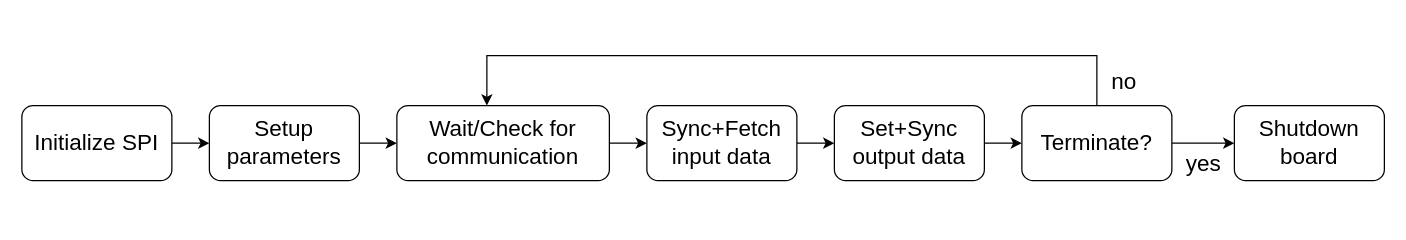
The draw.io diagram docs/comm_module_steps.drawio in simaoamorim/master-thesis, before the edit. Source tidied: cells renumbered, new cells numbered last; positions are measured from the earlier drawing's top-left corner, leaving out a move shared by most shapes. Both pictures are drawn from the tidied source at 125%, with x=0, y=0 at pixel (21, 55).
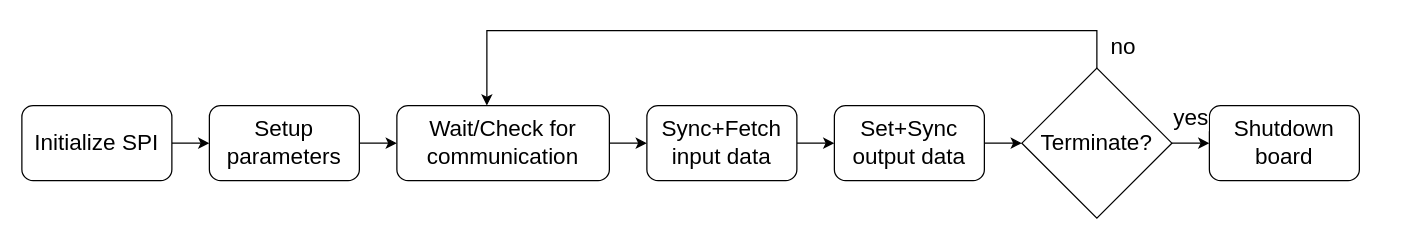
The same diagram, later.

Commit message (it also covers changes not shown here):
Fix comm module flowchart

The change refers to these unchanged cells:
```xml
<mxCell id="7" value="&lt;div&gt;Wait/Check for communication&lt;br&gt;&lt;/div&gt;" style="rounded=1;whiteSpace=wrap;html=1;fontSize=18;" parent="1" vertex="1">
  <mxGeometry x="300" y="40" width="170" height="60" as="geometry" />
</mxCell>
<mxCell id="13" value="Set+Sync output data" style="rounded=1;whiteSpace=wrap;html=1;fontSize=18;" parent="1" vertex="1">
  <mxGeometry x="650" y="40" width="120" height="60" as="geometry" />
</mxCell>
```

The edit, as a diff of the source:
```diff
@@
-    <mxCell id="10" style="edgeStyle=orthogonalEdgeStyle;rounded=0;jettySize=auto;html=1;fontSize=18;" parent="1" edge="1" source="16" target="7">
+    <mxCell id="10" style="edgeStyle=orthogonalEdgeStyle;rounded=0;jettySize=auto;html=1;fontSize=18;exitX=0.5;exitY=0;exitDx=0;exitDy=0;" parent="1" edge="1" source="16" target="7">
       <mxGeometry relative="1" as="geometry">
         <Array as="points">
-          <mxPoint x="860" />
-          <mxPoint x="372" />
+          <mxPoint x="860" y="-20" />
+          <mxPoint x="372" y="-20" />
         </Array>
       </mxGeometry>
     </mxCell>
-    <mxCell id="11" value="no" style="edgeLabel;html=1;align=left;verticalAlign=middle;fontSize=18;" parent="10" vertex="1">
-      <mxGeometry x="-0.9" y="-2" relative="1" as="geometry">
-        <mxPoint x="8" y="8" as="offset" />
+    <mxCell id="11" value="no" style="edgeLabel;html=1;align=center;verticalAlign=middle;fontSize=18;" parent="10" vertex="1">
+      <mxGeometry x="-0.92" y="-2" relative="1" as="geometry">
+        <mxPoint x="18" y="5" as="offset" />
       </mxGeometry>
     </mxCell>
-    <mxCell id="12" style="edgeStyle=orthogonalEdgeStyle;rounded=0;jettySize=auto;html=1;fontSize=18;" parent="1" edge="1" source="13" target="16">
+    <mxCell id="12" style="edgeStyle=orthogonalEdgeStyle;rounded=0;jettySize=auto;html=1;fontSize=18;entryX=0;entryY=0.5;entryDx=0;entryDy=0;" parent="1" edge="1" source="13" target="16">
       <mxGeometry relative="1" as="geometry" />
     </mxCell>
@@
     <mxCell id="14" value="Shutdown board" style="rounded=1;whiteSpace=wrap;html=1;fontSize=18;" parent="1" vertex="1">
-      <mxGeometry x="970" y="40" width="120" height="60" as="geometry" />
+      <mxGeometry x="950" y="40" width="120" height="60" as="geometry" />
     </mxCell>
-    <mxCell id="15" value="yes" style="edgeStyle=orthogonalEdgeStyle;rounded=0;jettySize=auto;html=1;fontSize=18;align=center;verticalAlign=top;startArrow=none;startFill=0;" parent="1" edge="1" source="16" target="14">
-      <mxGeometry relative="1" as="geometry">
+    <mxCell id="15" value="yes" style="edgeStyle=orthogonalEdgeStyle;rounded=0;jettySize=auto;html=1;fontSize=18;align=center;verticalAlign=middle;startArrow=none;startFill=0;exitX=1;exitY=0.5;exitDx=0;exitDy=0;" parent="1" edge="1" source="16" target="14">
+      <mxGeometry x="-0.03" y="20" relative="1" as="geometry">
         <Array as="points">
-          <mxPoint x="945" y="70" />
-          <mxPoint x="945" y="70" />
+          <mxPoint x="936" y="70" />
         </Array>
       </mxGeometry>
     </mxCell>
-    <mxCell id="16" value="Terminate?" style="rounded=1;whiteSpace=wrap;html=1;fontSize=18;" parent="1" vertex="1">
-      <mxGeometry x="800" y="40" width="120" height="60" as="geometry" />
+    <mxCell id="16" value="Terminate?" style="rhombus;whiteSpace=wrap;html=1;fontSize=18;" parent="1" vertex="1">
+      <mxGeometry x="800" y="10" width="120" height="120" as="geometry" />
     </mxCell>
```
